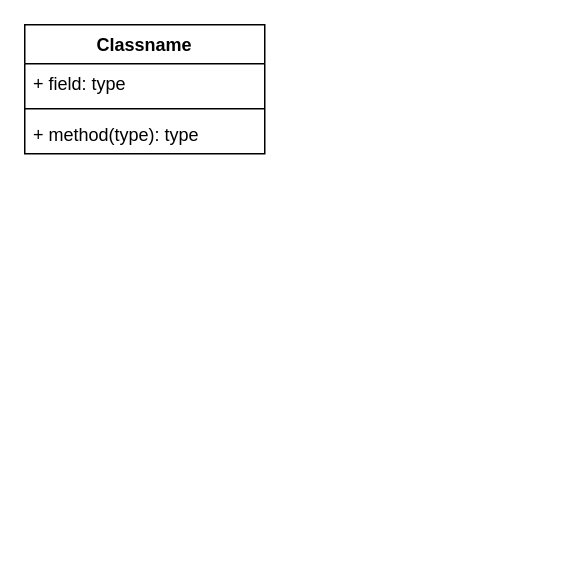
Above: demo.drawio in Jinxishihenian/mind_mapping (draw.io), before the change. Source tidied: cells renumbered, new cells numbered last; positions are measured from the earlier drawing's top-left corner, leaving out a move shared by most shapes. Both pictures are drawn from the tidied source at 150%, with x=0, y=0 at pixel (24, 24).
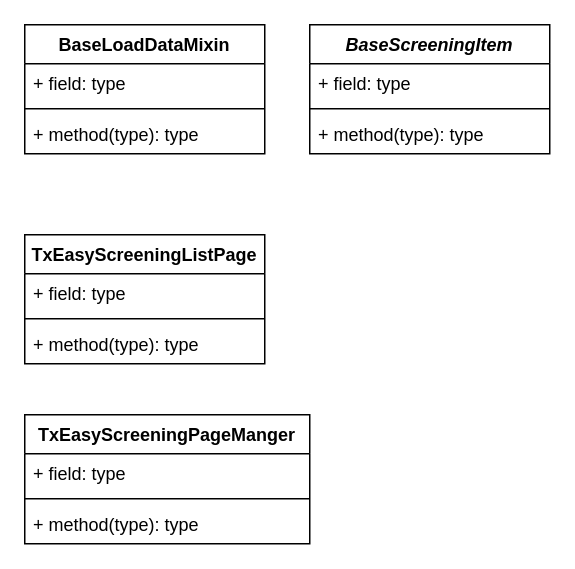
The same page after the edit.

The edit, as a diff of the source:
```diff
@@
 <mxGraphModel>
   <root>
     <mxCell id="0" />
     <mxCell id="1" parent="0" />
-    <mxCell id="2" value="Classname" style="swimlane;fontStyle=1;align=center;verticalAlign=top;horizontal=1;startSize=26;" parent="1" vertex="1">
+    <mxCell id="2" value="BaseLoadDataMixin&#10;" style="swimlane;fontStyle=1;align=center;verticalAlign=top;horizontal=1;startSize=26;shadow=0;" parent="1" vertex="1">
       <mxGeometry width="160" height="86" as="geometry" />
     </mxCell>
     <mxCell id="3" value="+ field: type" style="text;strokeColor=none;fillColor=none;align=left;verticalAlign=top;spacingLeft=4;spacingRight=4;overflow=hidden;" parent="2" vertex="1">
       <mxGeometry y="26" width="160" height="26" as="geometry" />
     </mxCell>
     <mxCell id="4" style="line;strokeWidth=1;fillColor=none;align=left;verticalAlign=middle;spacingTop=-1;spacingLeft=3;spacingRight=3;labelPosition=right;" parent="2" vertex="1">
       <mxGeometry y="52" width="160" height="8" as="geometry" />
     </mxCell>
     <mxCell id="5" value="+ method(type): type" style="text;strokeColor=none;fillColor=none;align=left;verticalAlign=top;spacingLeft=4;spacingRight=4;overflow=hidden;" parent="2" vertex="1">
       <mxGeometry y="60" width="160" height="26" as="geometry" />
     </mxCell>
+    <mxCell id="6" value="BaseScreeningItem" style="swimlane;fontStyle=3;align=center;verticalAlign=top;horizontal=1;startSize=26;shadow=0;" parent="1" vertex="1">
+      <mxGeometry x="190" width="160" height="86" as="geometry" />
+    </mxCell>
+    <mxCell id="7" value="+ field: type" style="text;strokeColor=none;fillColor=none;align=left;verticalAlign=top;spacingLeft=4;spacingRight=4;overflow=hidden;shadow=0;" parent="6" vertex="1">
+      <mxGeometry y="26" width="160" height="26" as="geometry" />
+    </mxCell>
+    <mxCell id="8" style="line;strokeWidth=1;fillColor=none;align=left;verticalAlign=middle;spacingTop=-1;spacingLeft=3;spacingRight=3;labelPosition=right;shadow=0;" parent="6" vertex="1">
+      <mxGeometry y="52" width="160" height="8" as="geometry" />
+    </mxCell>
+    <mxCell id="9" value="+ method(type): type" style="text;strokeColor=none;fillColor=none;align=left;verticalAlign=top;spacingLeft=4;spacingRight=4;overflow=hidden;shadow=0;" parent="6" vertex="1">
+      <mxGeometry y="60" width="160" height="26" as="geometry" />
+    </mxCell>
+    <mxCell id="10" value="TxEasyScreeningListPage" style="swimlane;fontStyle=1;align=center;verticalAlign=top;horizontal=1;startSize=26;shadow=0;" parent="1" vertex="1">
+      <mxGeometry y="140" width="160" height="86" as="geometry" />
+    </mxCell>
+    <mxCell id="11" value="+ field: type" style="text;strokeColor=none;fillColor=none;align=left;verticalAlign=top;spacingLeft=4;spacingRight=4;overflow=hidden;shadow=0;" parent="10" vertex="1">
+      <mxGeometry y="26" width="160" height="26" as="geometry" />
+    </mxCell>
+    <mxCell id="12" style="line;strokeWidth=1;fillColor=none;align=left;verticalAlign=middle;spacingTop=-1;spacingLeft=3;spacingRight=3;labelPosition=right;shadow=0;" parent="10" vertex="1">
+      <mxGeometry y="52" width="160" height="8" as="geometry" />
+    </mxCell>
+    <mxCell id="13" value="+ method(type): type" style="text;strokeColor=none;fillColor=none;align=left;verticalAlign=top;spacingLeft=4;spacingRight=4;overflow=hidden;shadow=0;" parent="10" vertex="1">
+      <mxGeometry y="60" width="160" height="26" as="geometry" />
+    </mxCell>
+    <mxCell id="14" value="TxEasyScreeningPageManger" style="swimlane;fontStyle=1;align=center;verticalAlign=top;horizontal=1;startSize=26;shadow=0;" parent="1" vertex="1">
+      <mxGeometry y="260" width="190" height="86" as="geometry" />
+    </mxCell>
+    <mxCell id="15" value="+ field: type" style="text;strokeColor=none;fillColor=none;align=left;verticalAlign=top;spacingLeft=4;spacingRight=4;overflow=hidden;shadow=0;" parent="14" vertex="1">
+      <mxGeometry y="26" width="190" height="26" as="geometry" />
+    </mxCell>
+    <mxCell id="16" style="line;strokeWidth=1;fillColor=none;align=left;verticalAlign=middle;spacingTop=-1;spacingLeft=3;spacingRight=3;labelPosition=right;shadow=0;" parent="14" vertex="1">
+      <mxGeometry y="52" width="190" height="8" as="geometry" />
+    </mxCell>
+    <mxCell id="17" value="+ method(type): type" style="text;strokeColor=none;fillColor=none;align=left;verticalAlign=top;spacingLeft=4;spacingRight=4;overflow=hidden;shadow=0;" parent="14" vertex="1">
+      <mxGeometry y="60" width="190" height="26" as="geometry" />
+    </mxCell>
   </root>
 </mxGraphModel>
```
